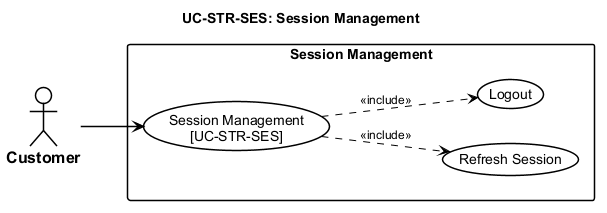
This is thesis/figures/chapters/part2/ch2-design/02-use-cases/diagrams/P2S2.2.2_usecase-session-management.png from qingfa-dev/ReSys.Shop, a PlantUML export, as it was before one commit.
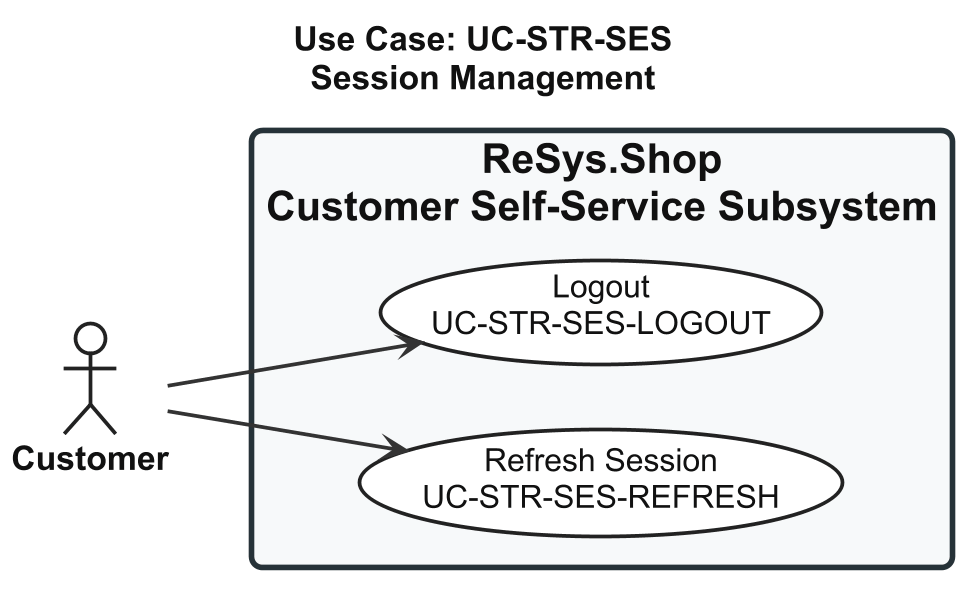
The same diagram one commit later.

Diff of the diagram source:
```diff
@@ -1,51 +1,74 @@
 @startuml usecase-session-management
+
 left to right direction
 
+skinparam shadowing false
+skinparam dpi 180
+
 <style>
-  root {
-    FontName "Arial"
-    FontSize 14
-    Shadowing 0
-  }
-  actor {
-    BackGroundColor #FFFFFF
-    LineColor #000000
-    LineThickness 1.5
-    FontColor #000000
-    FontStyle bold
-    FontSize 16
-  }
-  usecase {
-    BackGroundColor #FFFFFF
-    LineColor #000000
-    LineThickness 1.5
-    FontColor #000000
-  }
-  rectangle {
-    BackGroundColor #FFFFFF
-    LineColor #000000
-    LineThickness 1.5
-    FontStyle bold
-  }
-  arrow {
-    LineColor #000000
-    LineThickness 1.5
-    FontSize 12
-  }
-</style>
-title UC-STR-SES: Session Management
 
-actor "Customer" as Cust
-
-rectangle "Session Management" {
-  usecase "Session Management\n[UC-STR-SES]" as UC_MAIN
-  usecase "Refresh Session" as UC_REFRESH
-  usecase "Logout" as UC_LOGOUT
-
-  UC_MAIN ..> UC_REFRESH : <<include>>
-  UC_MAIN ..> UC_LOGOUT : <<include>>
+root {
+  FontName "Arial"
+  FontSize 18
+  FontColor #111111
 }
 
-Cust --> UC_MAIN
+actor {
+  FontName "Arial"
+  FontSize 18
+  FontStyle bold
+  FontColor #111111
+  BackgroundColor #FFFFFF
+  LineColor #222222
+  LineThickness 2
+}
+
+usecase {
+  FontName "Arial"
+  FontSize 17
+  FontColor #111111
+  FontStyle plain
+  BackgroundColor #FFFFFF
+  LineColor #222222
+  LineThickness 2
+  Padding 18
+}
+
+rectangle {
+  FontName "Arial"
+  FontSize 22
+  FontStyle bold
+  FontColor #111111
+  BackgroundColor #F7F9FA
+  LineColor #263238
+  LineThickness 3
+  RoundCorner 12
+  Padding 30
+}
+
+arrow {
+  FontName "Arial"
+  FontSize 15
+  FontColor #111111
+  LineColor #333333
+  LineThickness 2
+}
+
+</style>
+
+title Use Case: UC-STR-SES\nSession Management
+
+actor "Customer" as Customer
+
+rectangle "ReSys.Shop\nCustomer Self-Service Subsystem" {
+
+  usecase "Refresh Session\nUC-STR-SES-REFRESH" as UC_REFRESH
+
+  usecase "Logout\nUC-STR-SES-LOGOUT" as UC_LOGOUT
+
+}
+
+Customer --> UC_REFRESH
+Customer --> UC_LOGOUT
 
 @enduml
```
